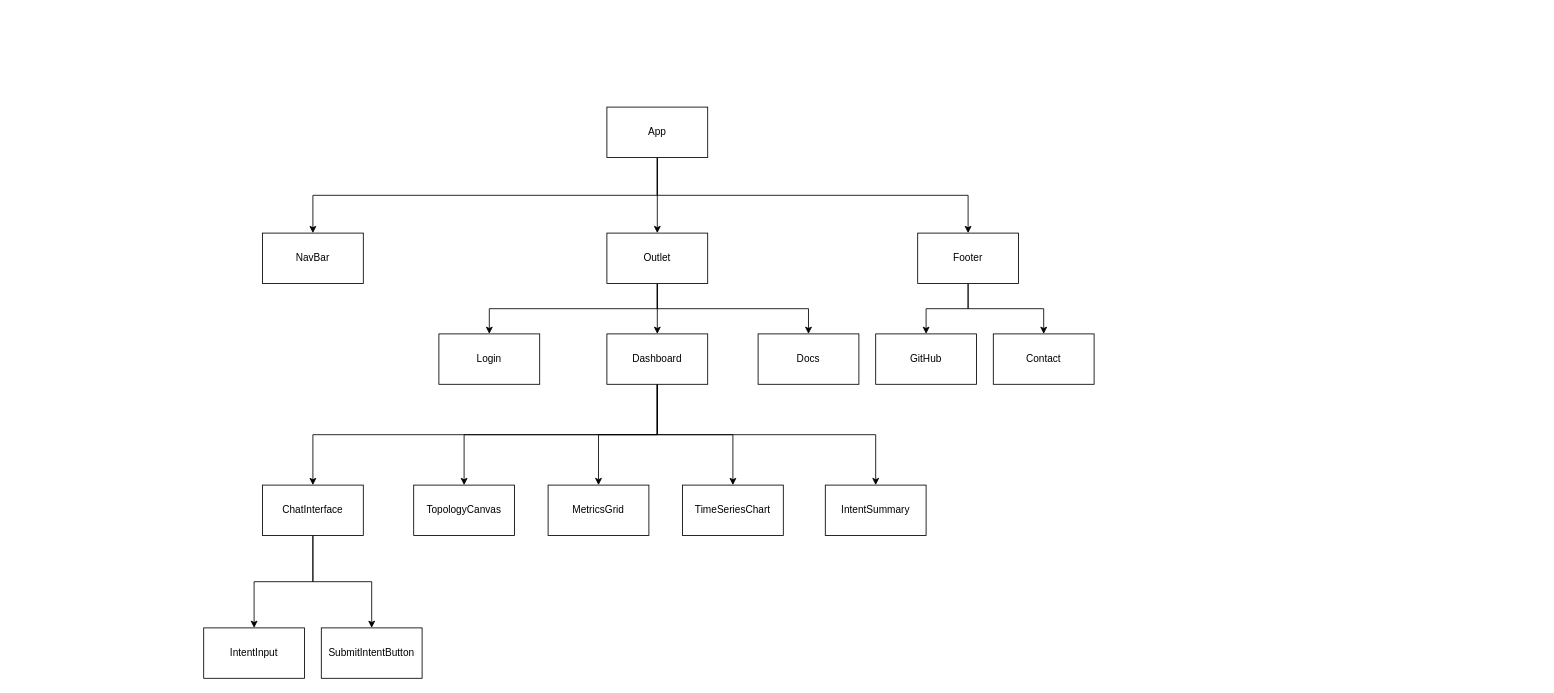
This is page "components-relationship" (1 of 2) of diagram/fyp-frontend-design.drawio from THenryInGH/FYP, a draw.io file, before an edit. Source tidied: cells renumbered, new cells numbered last; positions are measured from the earlier drawing's top-left corner, leaving out a move shared by most shapes. Both pictures are drawn from the tidied source at 84%, with x=0, y=0 at pixel (203, 107).
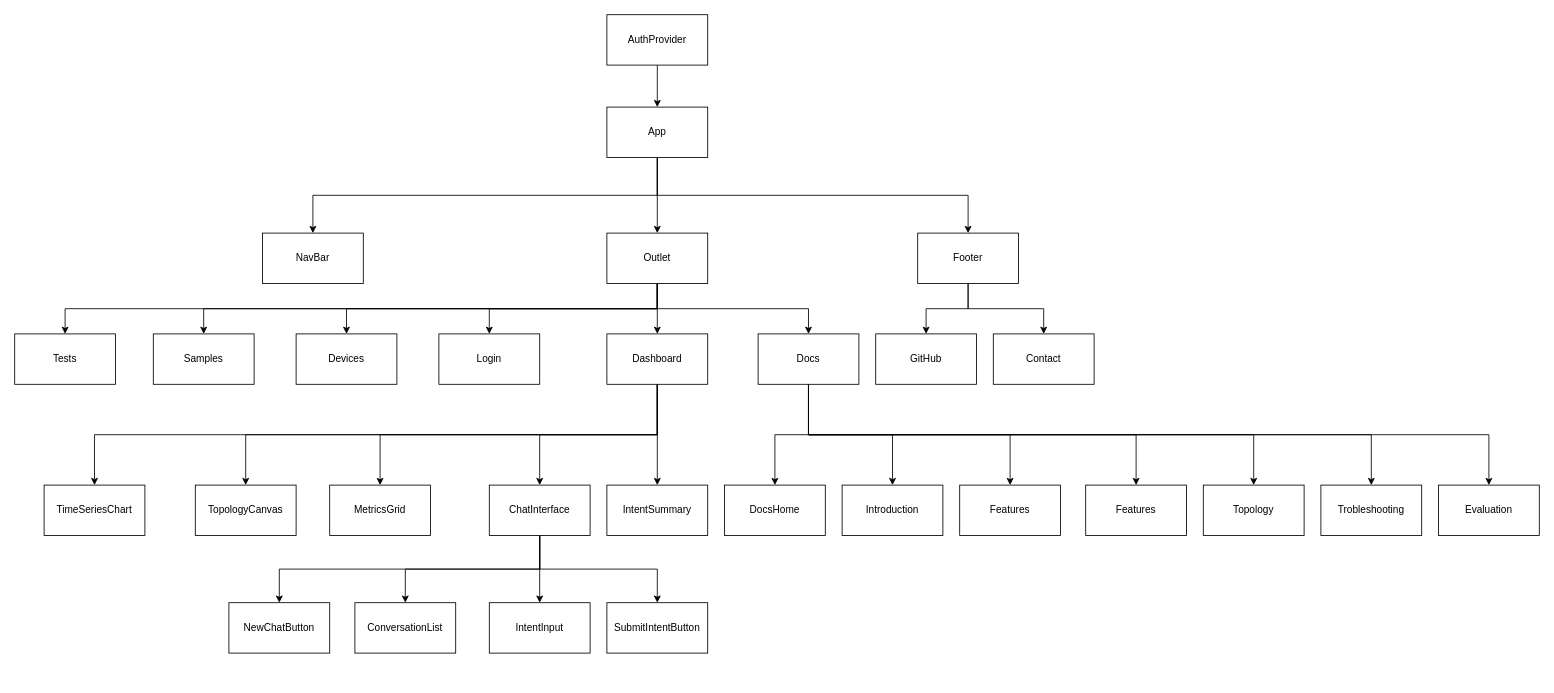
The same diagram, later.

Unchanged cells that the change refers to:
```xml
<mxCell id="5" value="App" style="rounded=0;whiteSpace=wrap;html=1;" parent="1" vertex="1">
  <mxGeometry x="480" width="120" height="60" as="geometry" />
</mxCell>
<mxCell id="15" value="Dashboard" style="rounded=0;whiteSpace=wrap;html=1;" parent="1" vertex="1">
  <mxGeometry x="480" y="270" width="120" height="60" as="geometry" />
</mxCell>
<mxCell id="26" value="Docs" style="rounded=0;whiteSpace=wrap;html=1;" parent="1" vertex="1">
  <mxGeometry x="660" y="270" width="120" height="60" as="geometry" />
</mxCell>
<mxCell id="32" value="Outlet" style="rounded=0;whiteSpace=wrap;html=1;" parent="1" vertex="1">
  <mxGeometry x="480" y="150" width="120" height="60" as="geometry" />
</mxCell>
```

What changed in the source:
```diff
@@
-    <mxCell id="11" style="edgeStyle=orthogonalEdgeStyle;rounded=0;jettySize=auto;html=1;" parent="1" edge="1" source="15" target="19">
-      <mxGeometry relative="1" as="geometry" />
-    </mxCell>
@@
-    <mxCell id="14" style="edgeStyle=orthogonalEdgeStyle;rounded=0;jettySize=auto;html=1;" parent="1" edge="1" source="15" target="22">
-      <mxGeometry relative="1" as="geometry">
-        <Array as="points">
-          <mxPoint x="540" y="390" />
-          <mxPoint x="130" y="390" />
-        </Array>
-      </mxGeometry>
+    <mxCell id="14" style="edgeStyle=orthogonalEdgeStyle;rounded=0;jettySize=auto;html=1;exitX=0.5;exitY=1;exitDx=0;exitDy=0;entryX=0.5;entryY=0;entryDx=0;entryDy=0;" parent="1" edge="1" source="15" target="22">
+      <mxGeometry relative="1" as="geometry" />
     </mxCell>
+    <mxCell id="11" style="edgeStyle=orthogonalEdgeStyle;rounded=0;jettySize=auto;html=1;entryX=0.5;entryY=0;entryDx=0;entryDy=0;" parent="1" edge="1" source="15" target="19">
+      <mxGeometry relative="1" as="geometry">
+        <Array as="points">
+          <mxPoint x="540" y="390" />
+          <mxPoint x="210" y="390" />
+        </Array>
+      </mxGeometry>
+    </mxCell>
@@
     <mxCell id="16" value="TopologyCanvas" style="rounded=0;whiteSpace=wrap;html=1;" parent="1" vertex="1">
-      <mxGeometry x="250" y="450" width="120" height="60" as="geometry" />
+      <mxGeometry x="-10" y="450" width="120" height="60" as="geometry" />
     </mxCell>
     <mxCell id="17" value="IntentSummary" style="whiteSpace=wrap;html=1;" parent="1" vertex="1">
-      <mxGeometry x="740" y="450" width="120" height="60" as="geometry" />
+      <mxGeometry x="480" y="450" width="120" height="60" as="geometry" />
     </mxCell>
     <mxCell id="18" value="TimeSeriesChart" style="whiteSpace=wrap;html=1;" parent="1" vertex="1">
-      <mxGeometry x="570" y="450" width="120" height="60" as="geometry" />
+      <mxGeometry x="-190" y="450" width="120" height="60" as="geometry" />
     </mxCell>
     <mxCell id="19" value="MetricsGrid" style="whiteSpace=wrap;html=1;" parent="1" vertex="1">
-      <mxGeometry x="410" y="450" width="120" height="60" as="geometry" />
+      <mxGeometry x="150" y="450" width="120" height="60" as="geometry" />
     </mxCell>
@@
+    <mxCell id="33" style="edgeStyle=orthogonalEdgeStyle;rounded=0;jettySize=auto;html=1;exitX=0.5;exitY=1;exitDx=0;exitDy=0;" parent="1" edge="1" source="22" target="50">
+      <mxGeometry relative="1" as="geometry" />
+    </mxCell>
+    <mxCell id="34" style="edgeStyle=orthogonalEdgeStyle;rounded=0;jettySize=auto;html=1;exitX=0.5;exitY=1;exitDx=0;exitDy=0;entryX=0.5;entryY=0;entryDx=0;entryDy=0;" parent="1" edge="1" source="22" target="51">
+      <mxGeometry relative="1" as="geometry" />
+    </mxCell>
     <mxCell id="22" value="ChatInterface" style="whiteSpace=wrap;html=1;" parent="1" vertex="1">
-      <mxGeometry x="70" y="450" width="120" height="60" as="geometry" />
+      <mxGeometry x="340" y="450" width="120" height="60" as="geometry" />
     </mxCell>
     <mxCell id="23" value="IntentInput" style="rounded=0;whiteSpace=wrap;html=1;" parent="1" vertex="1">
-      <mxGeometry y="620" width="120" height="60" as="geometry" />
+      <mxGeometry x="340" y="590" width="120" height="60" as="geometry" />
     </mxCell>
     <mxCell id="24" value="SubmitIntentButton" style="whiteSpace=wrap;html=1;" parent="1" vertex="1">
-      <mxGeometry x="140" y="620" width="120" height="60" as="geometry" />
+      <mxGeometry x="480" y="590" width="120" height="60" as="geometry" />
     </mxCell>
@@
+    <mxCell id="35" style="edgeStyle=orthogonalEdgeStyle;rounded=0;jettySize=auto;html=1;entryX=0.5;entryY=0;entryDx=0;entryDy=0;" parent="1" edge="1" source="26" target="52">
+      <mxGeometry relative="1" as="geometry" />
+    </mxCell>
+    <mxCell id="36" style="edgeStyle=orthogonalEdgeStyle;rounded=0;jettySize=auto;html=1;entryX=0.5;entryY=0;entryDx=0;entryDy=0;" parent="1" edge="1" source="26" target="53">
+      <mxGeometry relative="1" as="geometry" />
+    </mxCell>
+    <mxCell id="37" style="edgeStyle=orthogonalEdgeStyle;rounded=0;jettySize=auto;html=1;" parent="1" edge="1" source="26" target="54">
+      <mxGeometry relative="1" as="geometry">
+        <Array as="points">
+          <mxPoint x="720" y="390" />
+          <mxPoint x="960" y="390" />
+        </Array>
+      </mxGeometry>
+    </mxCell>
+    <mxCell id="38" style="edgeStyle=orthogonalEdgeStyle;rounded=0;jettySize=auto;html=1;exitX=0.5;exitY=1;exitDx=0;exitDy=0;" parent="1" edge="1" source="26" target="55">
+      <mxGeometry relative="1" as="geometry" />
+    </mxCell>
+    <mxCell id="39" style="edgeStyle=orthogonalEdgeStyle;rounded=0;jettySize=auto;html=1;exitX=0.5;exitY=1;exitDx=0;exitDy=0;" parent="1" edge="1" source="26" target="56">
+      <mxGeometry relative="1" as="geometry" />
+    </mxCell>
+    <mxCell id="40" style="edgeStyle=orthogonalEdgeStyle;rounded=0;jettySize=auto;html=1;exitX=0.5;exitY=1;exitDx=0;exitDy=0;" parent="1" edge="1" source="26" target="57">
+      <mxGeometry relative="1" as="geometry" />
+    </mxCell>
+    <mxCell id="41" style="edgeStyle=orthogonalEdgeStyle;rounded=0;jettySize=auto;html=1;exitX=0.5;exitY=1;exitDx=0;exitDy=0;entryX=0.5;entryY=0;entryDx=0;entryDy=0;" parent="1" edge="1" source="26" target="58">
+      <mxGeometry relative="1" as="geometry" />
+    </mxCell>
@@
+    <mxCell id="42" style="edgeStyle=orthogonalEdgeStyle;rounded=0;jettySize=auto;html=1;exitX=0.5;exitY=1;exitDx=0;exitDy=0;" parent="1" edge="1" source="32" target="45">
+      <mxGeometry relative="1" as="geometry" />
+    </mxCell>
+    <mxCell id="43" style="edgeStyle=orthogonalEdgeStyle;rounded=0;jettySize=auto;html=1;" parent="1" edge="1" source="32" target="46">
+      <mxGeometry relative="1" as="geometry">
+        <Array as="points">
+          <mxPoint x="540" y="240" />
+          <mxPoint y="240" />
+        </Array>
+      </mxGeometry>
+    </mxCell>
+    <mxCell id="44" style="edgeStyle=orthogonalEdgeStyle;rounded=0;jettySize=auto;html=1;exitX=0.5;exitY=1;exitDx=0;exitDy=0;" parent="1" edge="1" source="32" target="47">
+      <mxGeometry relative="1" as="geometry" />
+    </mxCell>
@@
+    <mxCell id="45" value="Devices" style="rounded=0;whiteSpace=wrap;html=1;" parent="1" vertex="1">
+      <mxGeometry x="110" y="270" width="120" height="60" as="geometry" />
+    </mxCell>
+    <mxCell id="46" value="Samples" style="rounded=0;whiteSpace=wrap;html=1;" parent="1" vertex="1">
+      <mxGeometry x="-60" y="270" width="120" height="60" as="geometry" />
+    </mxCell>
+    <mxCell id="47" value="Tests" style="rounded=0;whiteSpace=wrap;html=1;" parent="1" vertex="1">
+      <mxGeometry x="-225" y="270" width="120" height="60" as="geometry" />
+    </mxCell>
+    <mxCell id="48" style="edgeStyle=orthogonalEdgeStyle;rounded=0;jettySize=auto;html=1;" parent="1" edge="1" source="49" target="5">
+      <mxGeometry relative="1" as="geometry" />
+    </mxCell>
+    <mxCell id="49" value="AuthProvider" style="rounded=0;whiteSpace=wrap;html=1;" parent="1" vertex="1">
+      <mxGeometry x="480" y="-110" width="120" height="60" as="geometry" />
+    </mxCell>
+    <mxCell id="50" value="ConversationList" style="rounded=0;whiteSpace=wrap;html=1;" parent="1" vertex="1">
+      <mxGeometry x="180" y="590" width="120" height="60" as="geometry" />
+    </mxCell>
+    <mxCell id="51" value="NewChatButton" style="rounded=0;whiteSpace=wrap;html=1;" parent="1" vertex="1">
+      <mxGeometry x="30" y="590" width="120" height="60" as="geometry" />
+    </mxCell>
+    <mxCell id="52" value="DocsHome" style="whiteSpace=wrap;html=1;" parent="1" vertex="1">
+      <mxGeometry x="620" y="450" width="120" height="60" as="geometry" />
+    </mxCell>
+    <mxCell id="53" value="Introduction" style="whiteSpace=wrap;html=1;" parent="1" vertex="1">
+      <mxGeometry x="760" y="450" width="120" height="60" as="geometry" />
+    </mxCell>
+    <mxCell id="54" value="Features" style="whiteSpace=wrap;html=1;" parent="1" vertex="1">
+      <mxGeometry x="900" y="450" width="120" height="60" as="geometry" />
+    </mxCell>
+    <mxCell id="55" value="Features" style="whiteSpace=wrap;html=1;" parent="1" vertex="1">
+      <mxGeometry x="1050" y="450" width="120" height="60" as="geometry" />
+    </mxCell>
+    <mxCell id="56" value="Topology" style="whiteSpace=wrap;html=1;" parent="1" vertex="1">
+      <mxGeometry x="1190" y="450" width="120" height="60" as="geometry" />
+    </mxCell>
+    <mxCell id="57" value="Trobleshooting" style="whiteSpace=wrap;html=1;" parent="1" vertex="1">
+      <mxGeometry x="1330" y="450" width="120" height="60" as="geometry" />
+    </mxCell>
+    <mxCell id="58" value="Evaluation" style="whiteSpace=wrap;html=1;" parent="1" vertex="1">
+      <mxGeometry x="1470" y="450" width="120" height="60" as="geometry" />
+    </mxCell>
```
